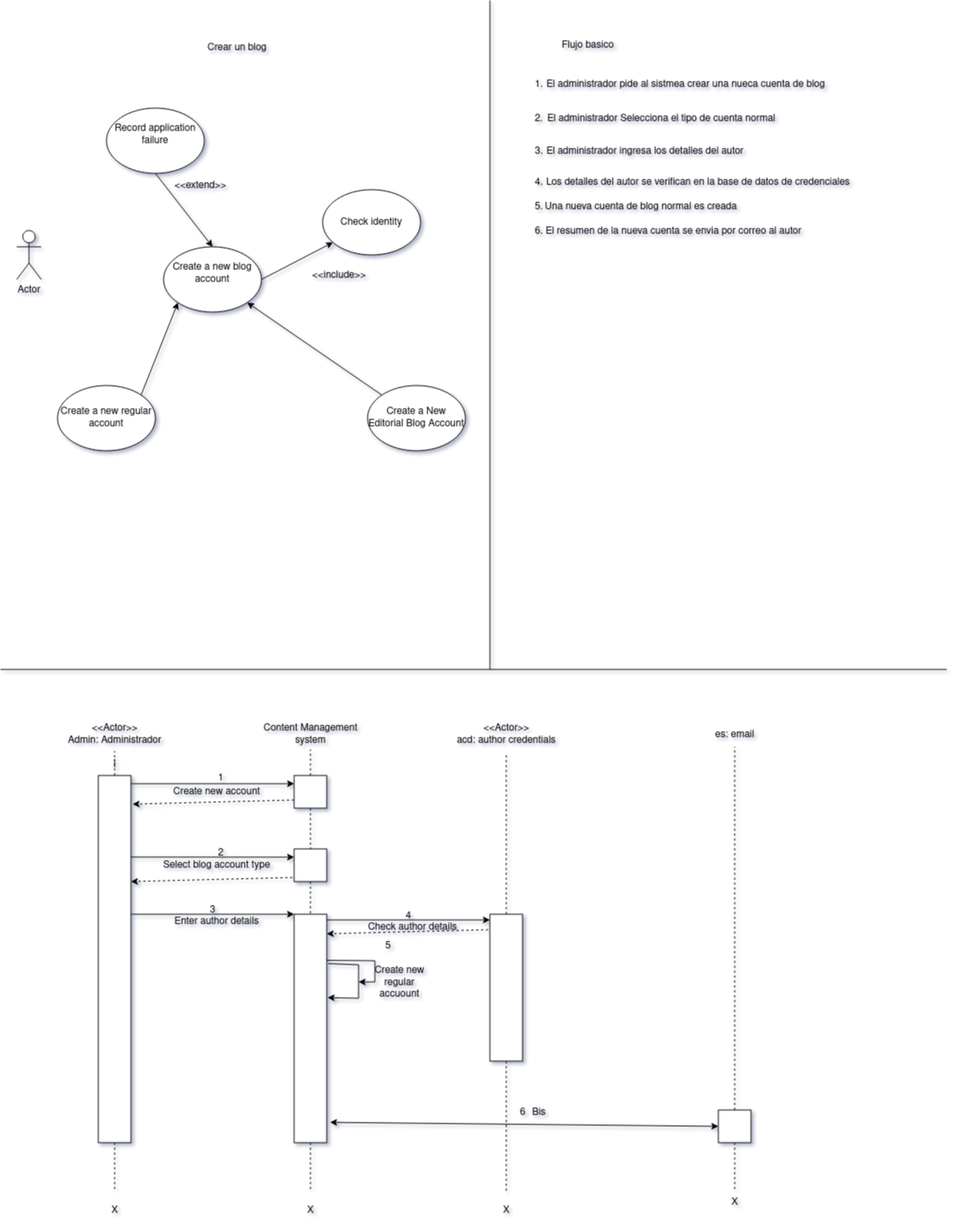
This is DSejemplo.drawio.png from GermanOjeda/Tarea-ETS, a draw.io export, as it was before one commit. Source tidied: cells renumbered, new cells last; positions are measured from the earlier drawing's top-left corner, leaving out a move shared by most shapes.
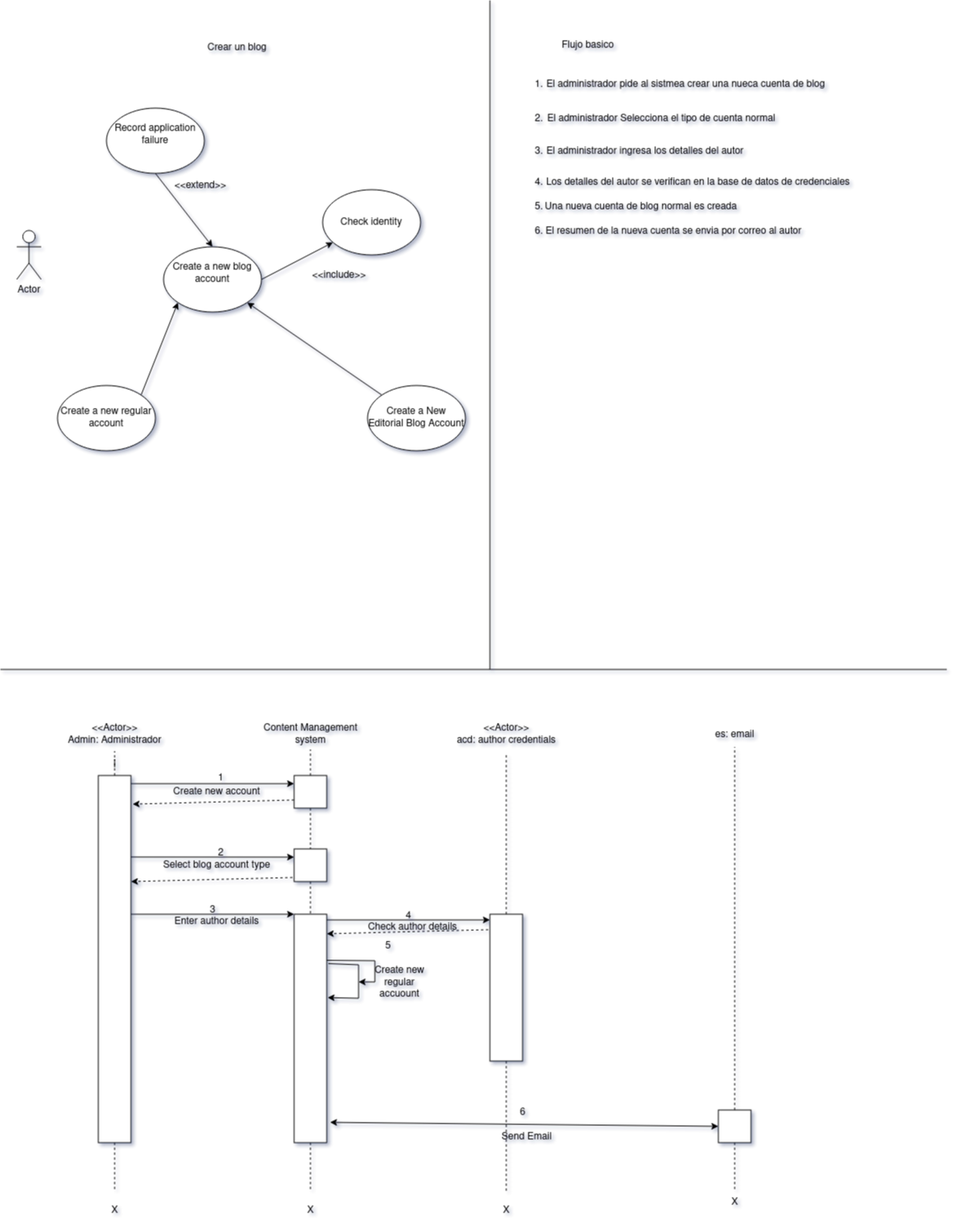
Above is the later version.

Diff of the diagram source:
```diff
@@ -245,8 +245,8 @@
     <mxCell id="68" value="6" style="text;html=1;align=center;verticalAlign=middle;strokeColor=none;fillColor=none;" parent="1" vertex="1">
       <mxGeometry x="625" y="1348" width="30" height="30" as="geometry" />
     </mxCell>
-    <mxCell id="69" value="Bis" style="text;html=1;align=center;verticalAlign=middle;strokeColor=none;fillColor=none;" parent="1" vertex="1">
-      <mxGeometry x="640" y="1348" width="40" height="30" as="geometry" />
+    <mxCell id="69" value="Send Email" style="text;html=1;align=center;verticalAlign=middle;strokeColor=none;fillColor=none;" parent="1" vertex="1">
+      <mxGeometry x="605" y="1378" width="80" height="30" as="geometry" />
     </mxCell>
     <mxCell id="70" style="edgeStyle=orthogonalEdgeStyle;rounded=0;jettySize=auto;html=1;exitX=0.5;exitY=0;exitDx=0;exitDy=0;entryX=0.5;entryY=1.075;entryDx=0;entryDy=0;entryPerimeter=0;endArrow=none;endFill=0;dashed=1;" parent="1" edge="1" source="54" target="52">
       <mxGeometry relative="1" as="geometry" />
```
